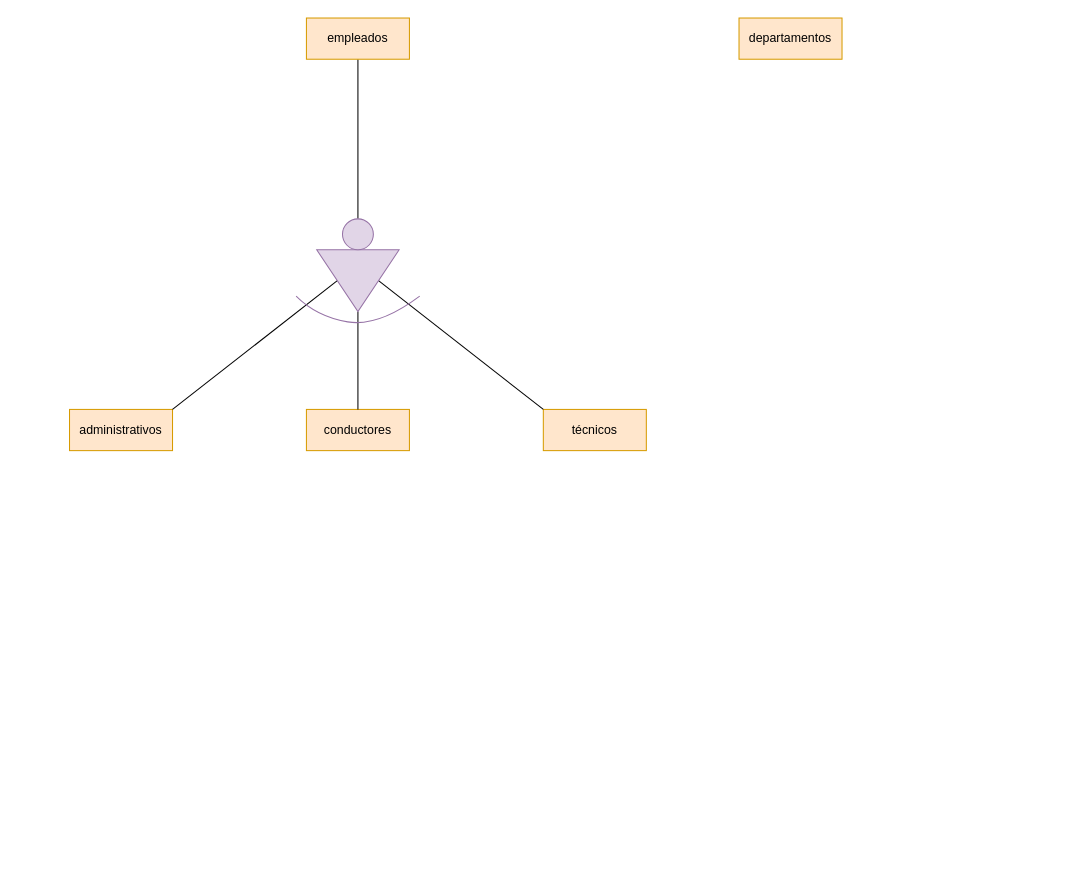
The draw.io diagram Gestión_de_Bases_de_datos/ER/Gestión de departamentos.drawio in soystargaze/ASIR, before the edit. Source tidied: cells renumbered, new cells numbered last; positions are measured from the earlier drawing's top-left corner, leaving out a move shared by most shapes. Both pictures are drawn from the tidied source at 103%, with x=0, y=0 at pixel (69, 18).
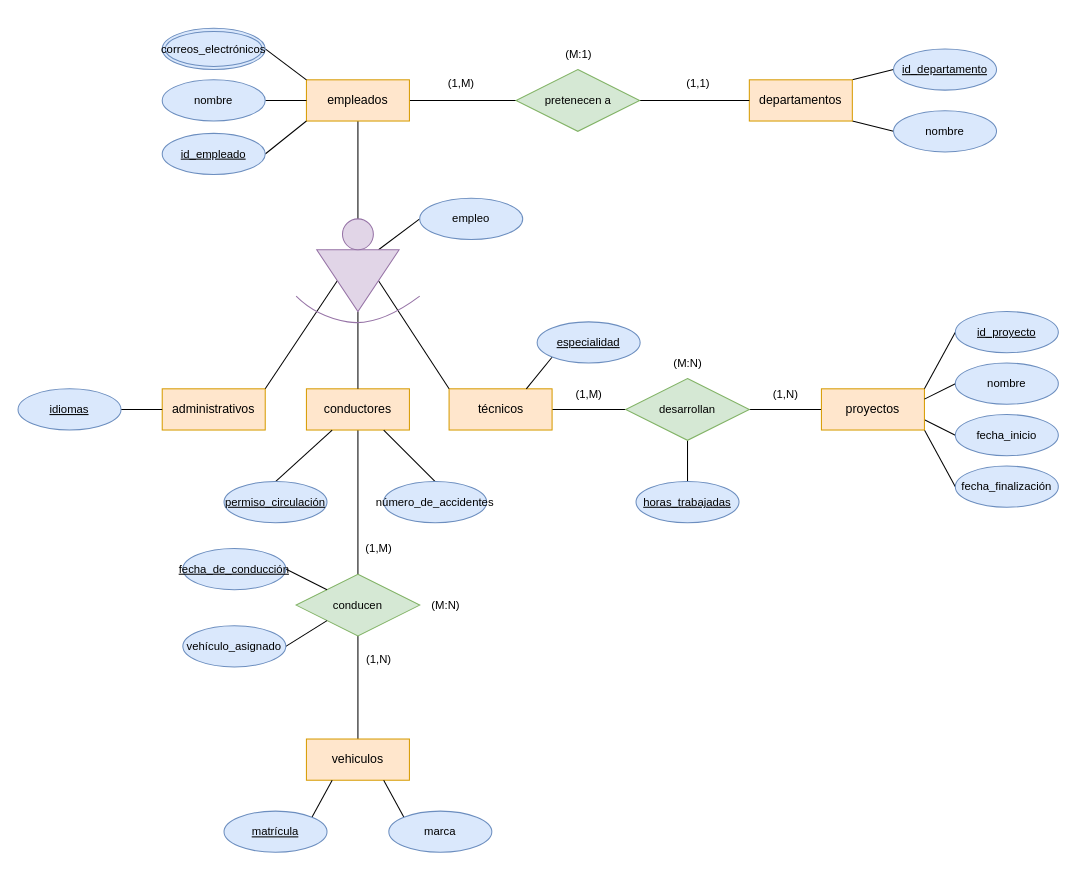
After the change.

Unchanged cells that the change refers to:
```xml
<mxCell id="11" style="triangle;whiteSpace=wrap;html=1;fillColor=#e1d5e7;strokeColor=#9673a6;rotation=90;" parent="1" vertex="1">
  <mxGeometry x="250" y="215" width="60" height="80" as="geometry" />
</mxCell>
```

Diff of the diagram source:
```diff
@@
+    <mxCell id="14" style="edgeStyle=none;shape=connector;curved=1;rounded=1;jettySize=auto;html=1;exitX=1;exitY=0.5;exitDx=0;exitDy=0;entryX=0;entryY=0.5;entryDx=0;entryDy=0;labelBackgroundColor=default;strokeColor=default;align=center;verticalAlign=middle;fontFamily=Helvetica;fontSize=11;fontColor=default;endArrow=none;endFill=0;" parent="1" edge="1" source="3" target="22">
+      <mxGeometry relative="1" as="geometry" />
+    </mxCell>
     <mxCell id="3" value="empleados" style="whiteSpace=wrap;html=1;align=center;fillColor=#ffe6cc;strokeColor=#d79b00;" parent="1" vertex="1">
-      <mxGeometry x="230" width="100" height="40" as="geometry" />
+      <mxGeometry x="230" y="60" width="100" height="40" as="geometry" />
     </mxCell>
+    <mxCell id="15" style="edgeStyle=none;shape=connector;curved=1;rounded=1;jettySize=auto;html=1;exitX=1;exitY=0;exitDx=0;exitDy=0;entryX=0;entryY=0.5;entryDx=0;entryDy=0;labelBackgroundColor=default;strokeColor=default;align=center;verticalAlign=middle;fontFamily=Helvetica;fontSize=11;fontColor=default;endArrow=none;endFill=0;" parent="1" edge="1" source="4" target="23">
+      <mxGeometry relative="1" as="geometry" />
+    </mxCell>
+    <mxCell id="16" style="edgeStyle=none;shape=connector;curved=1;rounded=1;jettySize=auto;html=1;exitX=1;exitY=1;exitDx=0;exitDy=0;entryX=0;entryY=0.5;entryDx=0;entryDy=0;labelBackgroundColor=default;strokeColor=default;align=center;verticalAlign=middle;fontFamily=Helvetica;fontSize=11;fontColor=default;endArrow=none;endFill=0;" parent="1" edge="1" source="4" target="24">
+      <mxGeometry relative="1" as="geometry" />
+    </mxCell>
     <mxCell id="4" value="departamentos" style="whiteSpace=wrap;html=1;align=center;fillColor=#ffe6cc;strokeColor=#d79b00;" parent="1" vertex="1">
-      <mxGeometry x="650" width="100" height="40" as="geometry" />
+      <mxGeometry x="660" y="60" width="100" height="40" as="geometry" />
     </mxCell>
     <mxCell id="5" value="administrativos" style="whiteSpace=wrap;html=1;align=center;fillColor=#ffe6cc;strokeColor=#d79b00;" parent="1" vertex="1">
-      <mxGeometry y="380" width="100" height="40" as="geometry" />
+      <mxGeometry x="90" y="360" width="100" height="40" as="geometry" />
     </mxCell>
+    <mxCell id="17" style="edgeStyle=none;shape=connector;curved=1;rounded=1;jettySize=auto;html=1;exitX=1;exitY=0.5;exitDx=0;exitDy=0;entryX=0;entryY=0.5;entryDx=0;entryDy=0;labelBackgroundColor=default;strokeColor=default;align=center;verticalAlign=middle;fontFamily=Helvetica;fontSize=11;fontColor=default;endArrow=none;endFill=0;" parent="1" edge="1" source="6" target="51">
+      <mxGeometry relative="1" as="geometry" />
+    </mxCell>
     <mxCell id="6" value="técnicos" style="whiteSpace=wrap;html=1;align=center;fillColor=#ffe6cc;strokeColor=#d79b00;" parent="1" vertex="1">
-      <mxGeometry x="460" y="380" width="100" height="40" as="geometry" />
+      <mxGeometry x="368.5" y="360" width="100" height="40" as="geometry" />
     </mxCell>
+    <mxCell id="18" style="edgeStyle=none;shape=connector;curved=1;rounded=1;jettySize=auto;html=1;exitX=0.5;exitY=1;exitDx=0;exitDy=0;entryX=0.5;entryY=0;entryDx=0;entryDy=0;labelBackgroundColor=default;strokeColor=default;align=center;verticalAlign=middle;fontFamily=Helvetica;fontSize=11;fontColor=default;endArrow=none;endFill=0;" parent="1" edge="1" source="7" target="33">
+      <mxGeometry relative="1" as="geometry" />
+    </mxCell>
     <mxCell id="7" value="conductores" style="whiteSpace=wrap;html=1;align=center;fillColor=#ffe6cc;strokeColor=#d79b00;" parent="1" vertex="1">
-      <mxGeometry x="230" y="380" width="100" height="40" as="geometry" />
+      <mxGeometry x="230" y="360" width="100" height="40" as="geometry" />
     </mxCell>
@@
+    <mxCell id="19" style="edgeStyle=none;shape=connector;curved=1;rounded=1;jettySize=auto;html=1;exitX=0;exitY=0.25;exitDx=0;exitDy=0;entryX=0;entryY=0.5;entryDx=0;entryDy=0;labelBackgroundColor=default;strokeColor=default;align=center;verticalAlign=middle;fontFamily=Helvetica;fontSize=11;fontColor=default;endArrow=none;endFill=0;" parent="1" edge="1" source="11" target="20">
+      <mxGeometry relative="1" as="geometry" />
+    </mxCell>
@@
+    <mxCell id="20" value="empleo" style="ellipse;whiteSpace=wrap;html=1;align=center;fontFamily=Helvetica;fontSize=11;fillColor=#dae8fc;strokeColor=#6c8ebf;" parent="1" vertex="1">
+      <mxGeometry x="340" y="175" width="100" height="40" as="geometry" />
+    </mxCell>
+    <mxCell id="21" style="edgeStyle=none;shape=connector;curved=1;rounded=1;jettySize=auto;html=1;exitX=1;exitY=0.5;exitDx=0;exitDy=0;entryX=0;entryY=0.5;entryDx=0;entryDy=0;labelBackgroundColor=default;strokeColor=default;align=center;verticalAlign=middle;fontFamily=Helvetica;fontSize=11;fontColor=default;endArrow=none;endFill=0;" parent="1" edge="1" source="22" target="4">
+      <mxGeometry relative="1" as="geometry" />
+    </mxCell>
+    <mxCell id="22" value="pretenecen a" style="shape=rhombus;perimeter=rhombusPerimeter;whiteSpace=wrap;html=1;align=center;fontFamily=Helvetica;fontSize=11;fillColor=#d5e8d4;strokeColor=#82b366;" parent="1" vertex="1">
+      <mxGeometry x="433.5" y="50" width="120" height="60" as="geometry" />
+    </mxCell>
+    <mxCell id="23" value="id_departamento" style="ellipse;whiteSpace=wrap;html=1;align=center;fontFamily=Helvetica;fontSize=11;fillColor=#dae8fc;strokeColor=#6c8ebf;fontStyle=4;" parent="1" vertex="1">
+      <mxGeometry x="800" y="30" width="100" height="40" as="geometry" />
+    </mxCell>
+    <mxCell id="24" value="nombre" style="ellipse;whiteSpace=wrap;html=1;align=center;fontFamily=Helvetica;fontSize=11;fillColor=#dae8fc;strokeColor=#6c8ebf;" parent="1" vertex="1">
+      <mxGeometry x="800" y="90" width="100" height="40" as="geometry" />
+    </mxCell>
+    <mxCell id="25" value="(1,1)" style="text;html=1;align=center;verticalAlign=middle;strokeColor=none;fillColor=none;fontSize=11;fontFamily=Helvetica;fontColor=default;" parent="1" vertex="1">
+      <mxGeometry x="585" y="48" width="50" height="30" as="geometry" />
+    </mxCell>
+    <mxCell id="26" value="(1,M)" style="text;html=1;align=center;verticalAlign=middle;strokeColor=none;fillColor=none;fontSize=11;fontFamily=Helvetica;fontColor=default;" parent="1" vertex="1">
+      <mxGeometry x="355" y="48" width="50" height="30" as="geometry" />
+    </mxCell>
+    <mxCell id="27" value="(M:1)" style="text;html=1;align=center;verticalAlign=middle;strokeColor=none;fillColor=none;fontSize=11;fontFamily=Helvetica;fontColor=default;rotation=0;" parent="1" vertex="1">
+      <mxGeometry x="468.5" y="20" width="50" height="30" as="geometry" />
+    </mxCell>
+    <mxCell id="28" style="edgeStyle=none;shape=connector;curved=1;rounded=1;jettySize=auto;html=1;exitX=0.5;exitY=0;exitDx=0;exitDy=0;entryX=0.25;entryY=1;entryDx=0;entryDy=0;labelBackgroundColor=default;strokeColor=default;align=center;verticalAlign=middle;fontFamily=Helvetica;fontSize=11;fontColor=default;endArrow=none;endFill=0;" parent="1" edge="1" source="29" target="7">
+      <mxGeometry relative="1" as="geometry" />
+    </mxCell>
+    <mxCell id="29" value="permiso_circulación" style="ellipse;whiteSpace=wrap;html=1;align=center;fontFamily=Helvetica;fontSize=11;fillColor=#dae8fc;strokeColor=#6c8ebf;fontStyle=4;" parent="1" vertex="1">
+      <mxGeometry x="150" y="450" width="100" height="40" as="geometry" />
+    </mxCell>
+    <mxCell id="30" style="edgeStyle=none;shape=connector;curved=1;rounded=1;jettySize=auto;html=1;exitX=0.5;exitY=0;exitDx=0;exitDy=0;entryX=0.75;entryY=1;entryDx=0;entryDy=0;labelBackgroundColor=default;strokeColor=default;align=center;verticalAlign=middle;fontFamily=Helvetica;fontSize=11;fontColor=default;endArrow=none;endFill=0;" parent="1" edge="1" source="31" target="7">
+      <mxGeometry relative="1" as="geometry" />
+    </mxCell>
+    <mxCell id="31" value="número_de_accidentes" style="ellipse;whiteSpace=wrap;html=1;align=center;fontFamily=Helvetica;fontSize=11;fillColor=#dae8fc;strokeColor=#6c8ebf;" parent="1" vertex="1">
+      <mxGeometry x="305" y="450" width="100" height="40" as="geometry" />
+    </mxCell>
+    <mxCell id="32" style="edgeStyle=none;shape=connector;curved=1;rounded=1;jettySize=auto;html=1;exitX=0.5;exitY=1;exitDx=0;exitDy=0;entryX=0.5;entryY=0;entryDx=0;entryDy=0;labelBackgroundColor=default;strokeColor=default;align=center;verticalAlign=middle;fontFamily=Helvetica;fontSize=11;fontColor=default;endArrow=none;endFill=0;" parent="1" edge="1" source="33" target="34">
+      <mxGeometry relative="1" as="geometry" />
+    </mxCell>
+    <mxCell id="33" value="conducen" style="shape=rhombus;perimeter=rhombusPerimeter;whiteSpace=wrap;html=1;align=center;fontFamily=Helvetica;fontSize=11;fillColor=#d5e8d4;strokeColor=#82b366;" parent="1" vertex="1">
+      <mxGeometry x="220" y="540" width="120" height="60" as="geometry" />
+    </mxCell>
+    <mxCell id="34" value="vehiculos" style="whiteSpace=wrap;html=1;align=center;fillColor=#ffe6cc;strokeColor=#d79b00;" parent="1" vertex="1">
+      <mxGeometry x="230" y="700" width="100" height="40" as="geometry" />
+    </mxCell>
+    <mxCell id="35" style="edgeStyle=none;shape=connector;curved=1;rounded=1;jettySize=auto;html=1;exitX=1;exitY=0;exitDx=0;exitDy=0;entryX=0.25;entryY=1;entryDx=0;entryDy=0;labelBackgroundColor=default;strokeColor=default;align=center;verticalAlign=middle;fontFamily=Helvetica;fontSize=11;fontColor=default;endArrow=none;endFill=0;" parent="1" edge="1" source="36" target="34">
+      <mxGeometry relative="1" as="geometry" />
+    </mxCell>
+    <mxCell id="36" value="matrícula" style="ellipse;whiteSpace=wrap;html=1;align=center;fontFamily=Helvetica;fontSize=11;fillColor=#dae8fc;strokeColor=#6c8ebf;fontStyle=4;" parent="1" vertex="1">
+      <mxGeometry x="150" y="770" width="100" height="40" as="geometry" />
+    </mxCell>
+    <mxCell id="37" style="edgeStyle=none;shape=connector;curved=1;rounded=1;jettySize=auto;html=1;exitX=0;exitY=0;exitDx=0;exitDy=0;entryX=0.75;entryY=1;entryDx=0;entryDy=0;labelBackgroundColor=default;strokeColor=default;align=center;verticalAlign=middle;fontFamily=Helvetica;fontSize=11;fontColor=default;endArrow=none;endFill=0;" parent="1" edge="1" source="38" target="34">
+      <mxGeometry relative="1" as="geometry" />
+    </mxCell>
+    <mxCell id="38" value="marca" style="ellipse;whiteSpace=wrap;html=1;align=center;fontFamily=Helvetica;fontSize=11;fillColor=#dae8fc;strokeColor=#6c8ebf;" parent="1" vertex="1">
+      <mxGeometry x="310" y="770" width="100" height="40" as="geometry" />
+    </mxCell>
+    <mxCell id="39" style="edgeStyle=none;shape=connector;curved=1;rounded=1;jettySize=auto;html=1;exitX=1;exitY=0.5;exitDx=0;exitDy=0;entryX=0;entryY=0;entryDx=0;entryDy=0;labelBackgroundColor=default;strokeColor=default;align=center;verticalAlign=middle;fontFamily=Helvetica;fontSize=11;fontColor=default;endArrow=none;endFill=0;" parent="1" edge="1" source="40" target="33">
+      <mxGeometry relative="1" as="geometry" />
+    </mxCell>
+    <mxCell id="40" value="fecha_de_conducción" style="ellipse;whiteSpace=wrap;html=1;align=center;fontFamily=Helvetica;fontSize=11;fillColor=#dae8fc;strokeColor=#6c8ebf;fontStyle=4;" parent="1" vertex="1">
+      <mxGeometry x="110" y="515" width="100" height="40" as="geometry" />
+    </mxCell>
+    <mxCell id="41" style="edgeStyle=none;shape=connector;curved=1;rounded=1;orthogonalLoop=1;jettySize=auto;html=1;exitX=1;exitY=1;exitDx=0;exitDy=0;labelBackgroundColor=default;strokeColor=default;align=center;verticalAlign=middle;fontFamily=Helvetica;fontSize=11;fontColor=default;endArrow=none;endFill=0;" parent="1" edge="1" source="40" target="40">
+      <mxGeometry relative="1" as="geometry" />
+    </mxCell>
+    <mxCell id="42" style="edgeStyle=none;shape=connector;curved=1;rounded=1;jettySize=auto;html=1;exitX=1;exitY=0.5;exitDx=0;exitDy=0;entryX=0;entryY=1;entryDx=0;entryDy=0;labelBackgroundColor=default;strokeColor=default;align=center;verticalAlign=middle;fontFamily=Helvetica;fontSize=11;fontColor=default;endArrow=none;endFill=0;" parent="1" edge="1" source="43" target="33">
+      <mxGeometry relative="1" as="geometry" />
+    </mxCell>
+    <mxCell id="43" value="vehículo_asignado" style="ellipse;whiteSpace=wrap;html=1;align=center;fontFamily=Helvetica;fontSize=11;fillColor=#dae8fc;strokeColor=#6c8ebf;" parent="1" vertex="1">
+      <mxGeometry x="110" y="590" width="100" height="40" as="geometry" />
+    </mxCell>
+    <mxCell id="44" value="(1,M)" style="text;html=1;align=center;verticalAlign=middle;strokeColor=none;fillColor=none;fontSize=11;fontFamily=Helvetica;fontColor=default;" parent="1" vertex="1">
+      <mxGeometry x="275" y="500" width="50" height="30" as="geometry" />
+    </mxCell>
+    <mxCell id="45" value="(1,N)" style="text;html=1;align=center;verticalAlign=middle;strokeColor=none;fillColor=none;fontSize=11;fontFamily=Helvetica;fontColor=default;" parent="1" vertex="1">
+      <mxGeometry x="275" y="608" width="50" height="30" as="geometry" />
+    </mxCell>
+    <mxCell id="46" value="(M:N)" style="text;html=1;align=center;verticalAlign=middle;strokeColor=none;fillColor=none;fontSize=11;fontFamily=Helvetica;fontColor=default;" parent="1" vertex="1">
+      <mxGeometry x="340" y="555" width="50" height="30" as="geometry" />
+    </mxCell>
+    <mxCell id="47" style="edgeStyle=none;shape=connector;curved=1;rounded=1;jettySize=auto;html=1;exitX=1;exitY=0.5;exitDx=0;exitDy=0;entryX=0;entryY=0.5;entryDx=0;entryDy=0;labelBackgroundColor=default;strokeColor=default;align=center;verticalAlign=middle;fontFamily=Helvetica;fontSize=11;fontColor=default;endArrow=none;endFill=0;" parent="1" edge="1" source="48" target="5">
+      <mxGeometry relative="1" as="geometry" />
+    </mxCell>
+    <mxCell id="48" value="idiomas" style="ellipse;whiteSpace=wrap;html=1;align=center;fontFamily=Helvetica;fontSize=11;fillColor=#dae8fc;strokeColor=#6c8ebf;fontStyle=4;" parent="1" vertex="1">
+      <mxGeometry x="-50" y="360" width="100" height="40" as="geometry" />
+    </mxCell>
+    <mxCell id="49" style="edgeStyle=none;shape=connector;curved=1;rounded=1;jettySize=auto;html=1;exitX=1;exitY=0.5;exitDx=0;exitDy=0;entryX=0;entryY=0.5;entryDx=0;entryDy=0;labelBackgroundColor=default;strokeColor=default;align=center;verticalAlign=middle;fontFamily=Helvetica;fontSize=11;fontColor=default;endArrow=none;endFill=0;" parent="1" edge="1" source="51" target="54">
+      <mxGeometry relative="1" as="geometry" />
+    </mxCell>
+    <mxCell id="50" style="edgeStyle=none;shape=connector;curved=1;rounded=1;jettySize=auto;html=1;exitX=0.5;exitY=1;exitDx=0;exitDy=0;entryX=0.5;entryY=0;entryDx=0;entryDy=0;labelBackgroundColor=default;strokeColor=default;align=center;verticalAlign=middle;fontFamily=Helvetica;fontSize=11;fontColor=default;endArrow=none;endFill=0;" parent="1" edge="1" source="51" target="66">
+      <mxGeometry relative="1" as="geometry" />
+    </mxCell>
+    <mxCell id="51" value="desarrollan" style="shape=rhombus;perimeter=rhombusPerimeter;whiteSpace=wrap;html=1;align=center;fontFamily=Helvetica;fontSize=11;fillColor=#d5e8d4;strokeColor=#82b366;" parent="1" vertex="1">
+      <mxGeometry x="540" y="350" width="120" height="60" as="geometry" />
+    </mxCell>
+    <mxCell id="52" style="edgeStyle=none;shape=connector;curved=1;rounded=1;jettySize=auto;html=1;exitX=1;exitY=1;exitDx=0;exitDy=0;entryX=0;entryY=0.5;entryDx=0;entryDy=0;labelBackgroundColor=default;strokeColor=default;align=center;verticalAlign=middle;fontFamily=Helvetica;fontSize=11;fontColor=default;endArrow=none;endFill=0;" parent="1" edge="1" source="54" target="58">
+      <mxGeometry relative="1" as="geometry" />
+    </mxCell>
+    <mxCell id="53" style="edgeStyle=none;shape=connector;curved=1;rounded=1;jettySize=auto;html=1;exitX=1;exitY=0.75;exitDx=0;exitDy=0;entryX=0;entryY=0.5;entryDx=0;entryDy=0;labelBackgroundColor=default;strokeColor=default;align=center;verticalAlign=middle;fontFamily=Helvetica;fontSize=11;fontColor=default;endArrow=none;endFill=0;" parent="1" edge="1" source="54" target="57">
+      <mxGeometry relative="1" as="geometry" />
+    </mxCell>
+    <mxCell id="54" value="proyectos" style="whiteSpace=wrap;html=1;align=center;fillColor=#ffe6cc;strokeColor=#d79b00;" parent="1" vertex="1">
+      <mxGeometry x="730" y="360" width="100" height="40" as="geometry" />
+    </mxCell>
+    <mxCell id="55" style="edgeStyle=none;shape=connector;curved=1;rounded=1;jettySize=auto;html=1;exitX=0;exitY=0.5;exitDx=0;exitDy=0;entryX=1;entryY=0.25;entryDx=0;entryDy=0;labelBackgroundColor=default;strokeColor=default;align=center;verticalAlign=middle;fontFamily=Helvetica;fontSize=11;fontColor=default;endArrow=none;endFill=0;" parent="1" edge="1" source="56" target="54">
+      <mxGeometry relative="1" as="geometry" />
+    </mxCell>
+    <mxCell id="56" value="nombre" style="ellipse;whiteSpace=wrap;html=1;align=center;fontFamily=Helvetica;fontSize=11;fillColor=#dae8fc;strokeColor=#6c8ebf;fontStyle=0;" parent="1" vertex="1">
+      <mxGeometry x="860" y="335" width="100" height="40" as="geometry" />
+    </mxCell>
+    <mxCell id="57" value="fecha_inicio" style="ellipse;whiteSpace=wrap;html=1;align=center;fontFamily=Helvetica;fontSize=11;fillColor=#dae8fc;strokeColor=#6c8ebf;" parent="1" vertex="1">
+      <mxGeometry x="860" y="385" width="100" height="40" as="geometry" />
+    </mxCell>
+    <mxCell id="58" value="fecha_finalización" style="ellipse;whiteSpace=wrap;html=1;align=center;fontFamily=Helvetica;fontSize=11;fillColor=#dae8fc;strokeColor=#6c8ebf;" parent="1" vertex="1">
+      <mxGeometry x="860" y="435" width="100" height="40" as="geometry" />
+    </mxCell>
+    <mxCell id="59" style="edgeStyle=none;shape=connector;curved=1;rounded=1;jettySize=auto;html=1;exitX=0;exitY=1;exitDx=0;exitDy=0;entryX=0.75;entryY=0;entryDx=0;entryDy=0;labelBackgroundColor=default;strokeColor=default;align=center;verticalAlign=middle;fontFamily=Helvetica;fontSize=11;fontColor=default;endArrow=none;endFill=0;" parent="1" edge="1" source="60" target="6">
+      <mxGeometry relative="1" as="geometry" />
+    </mxCell>
+    <mxCell id="60" value="especialidad" style="ellipse;whiteSpace=wrap;html=1;align=center;fontFamily=Helvetica;fontSize=11;fillColor=#dae8fc;strokeColor=#6c8ebf;fontStyle=4;" parent="1" vertex="1">
+      <mxGeometry x="454" y="295" width="100" height="40" as="geometry" />
+    </mxCell>
+    <mxCell id="61" style="edgeStyle=none;shape=connector;curved=1;rounded=1;jettySize=auto;html=1;exitX=0;exitY=0.5;exitDx=0;exitDy=0;entryX=1;entryY=0;entryDx=0;entryDy=0;labelBackgroundColor=default;strokeColor=default;align=center;verticalAlign=middle;fontFamily=Helvetica;fontSize=11;fontColor=default;endArrow=none;endFill=0;" parent="1" edge="1" source="62" target="54">
+      <mxGeometry relative="1" as="geometry" />
+    </mxCell>
+    <mxCell id="62" value="id_proyecto" style="ellipse;whiteSpace=wrap;html=1;align=center;fontFamily=Helvetica;fontSize=11;fillColor=#dae8fc;strokeColor=#6c8ebf;fontStyle=4;" parent="1" vertex="1">
+      <mxGeometry x="860" y="285" width="100" height="40" as="geometry" />
+    </mxCell>
+    <mxCell id="63" value="(1,M)" style="text;html=1;align=center;verticalAlign=middle;strokeColor=none;fillColor=none;fontSize=11;fontFamily=Helvetica;fontColor=default;" parent="1" vertex="1">
+      <mxGeometry x="479" y="350" width="50" height="30" as="geometry" />
+    </mxCell>
+    <mxCell id="64" value="(1,N)" style="text;html=1;align=center;verticalAlign=middle;strokeColor=none;fillColor=none;fontSize=11;fontFamily=Helvetica;fontColor=default;" parent="1" vertex="1">
+      <mxGeometry x="670" y="350" width="50" height="30" as="geometry" />
+    </mxCell>
+    <mxCell id="65" value="(M:N)" style="text;html=1;align=center;verticalAlign=middle;strokeColor=none;fillColor=none;fontSize=11;fontFamily=Helvetica;fontColor=default;" parent="1" vertex="1">
+      <mxGeometry x="575" y="320" width="50" height="30" as="geometry" />
+    </mxCell>
+    <mxCell id="66" value="horas_trabajadas" style="ellipse;whiteSpace=wrap;html=1;align=center;fontFamily=Helvetica;fontSize=11;fillColor=#dae8fc;strokeColor=#6c8ebf;fontStyle=4;" parent="1" vertex="1">
+      <mxGeometry x="550" y="450" width="100" height="40" as="geometry" />
+    </mxCell>
+    <mxCell id="67" style="edgeStyle=none;shape=connector;curved=1;rounded=1;jettySize=auto;html=1;exitX=1;exitY=0.5;exitDx=0;exitDy=0;entryX=0;entryY=1;entryDx=0;entryDy=0;labelBackgroundColor=default;strokeColor=default;align=center;verticalAlign=middle;fontFamily=Helvetica;fontSize=11;fontColor=default;endArrow=none;endFill=0;" parent="1" edge="1" source="68" target="3">
+      <mxGeometry relative="1" as="geometry" />
+    </mxCell>
+    <mxCell id="68" value="id_empleado" style="ellipse;whiteSpace=wrap;html=1;align=center;fontFamily=Helvetica;fontSize=11;fillColor=#dae8fc;strokeColor=#6c8ebf;fontStyle=4;" parent="1" vertex="1">
+      <mxGeometry x="90" y="112" width="100" height="40" as="geometry" />
+    </mxCell>
+    <mxCell id="69" style="edgeStyle=none;shape=connector;curved=1;rounded=1;jettySize=auto;html=1;exitX=1;exitY=0.5;exitDx=0;exitDy=0;entryX=0;entryY=0.5;entryDx=0;entryDy=0;labelBackgroundColor=default;strokeColor=default;align=center;verticalAlign=middle;fontFamily=Helvetica;fontSize=11;fontColor=default;endArrow=none;endFill=0;" parent="1" edge="1" source="70" target="3">
+      <mxGeometry relative="1" as="geometry" />
+    </mxCell>
+    <mxCell id="70" value="nombre" style="ellipse;whiteSpace=wrap;html=1;align=center;fontFamily=Helvetica;fontSize=11;fillColor=#dae8fc;strokeColor=#6c8ebf;" parent="1" vertex="1">
+      <mxGeometry x="90" y="60" width="100" height="40" as="geometry" />
+    </mxCell>
+    <mxCell id="71" style="edgeStyle=none;shape=connector;curved=1;rounded=1;jettySize=auto;html=1;exitX=1;exitY=0.5;exitDx=0;exitDy=0;entryX=0;entryY=0;entryDx=0;entryDy=0;labelBackgroundColor=default;strokeColor=default;align=center;verticalAlign=middle;fontFamily=Helvetica;fontSize=11;fontColor=default;endArrow=none;endFill=0;" parent="1" edge="1" source="72" target="3">
+      <mxGeometry relative="1" as="geometry" />
+    </mxCell>
+    <mxCell id="72" value="correos_electrónicos" style="ellipse;shape=doubleEllipse;margin=3;whiteSpace=wrap;html=1;align=center;fontFamily=Helvetica;fontSize=11;fillColor=#dae8fc;strokeColor=#6c8ebf;" parent="1" vertex="1">
+      <mxGeometry x="90" y="10" width="100" height="40" as="geometry" />
+    </mxCell>
```
